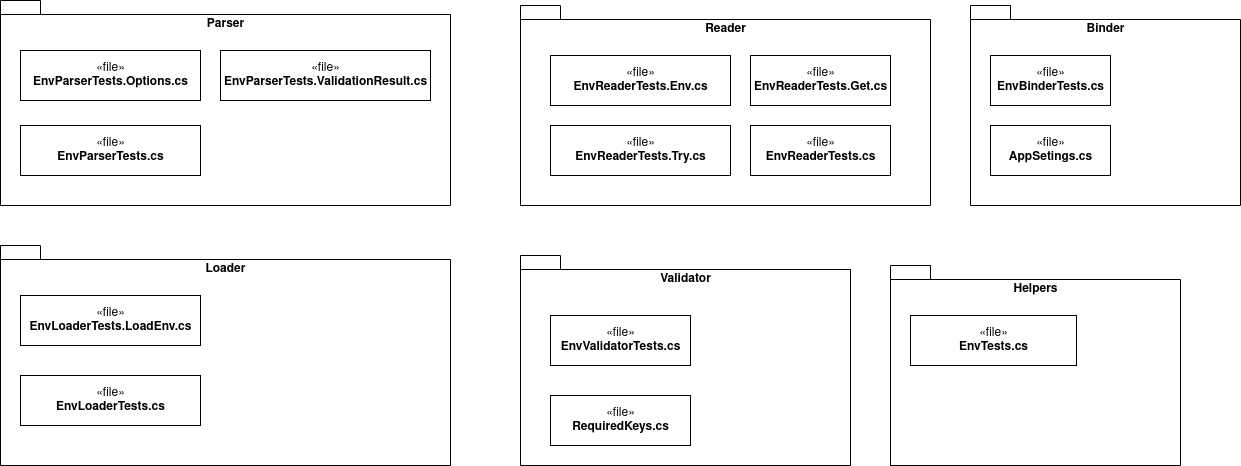
Earlier version of the draw.io export docs/images/package-diagram-testproject.png (MrDave1999/dotenv.core). Source tidied: cells renumbered, new cells last; positions are measured from the earlier drawing's top-left corner, leaving out a move shared by most shapes.
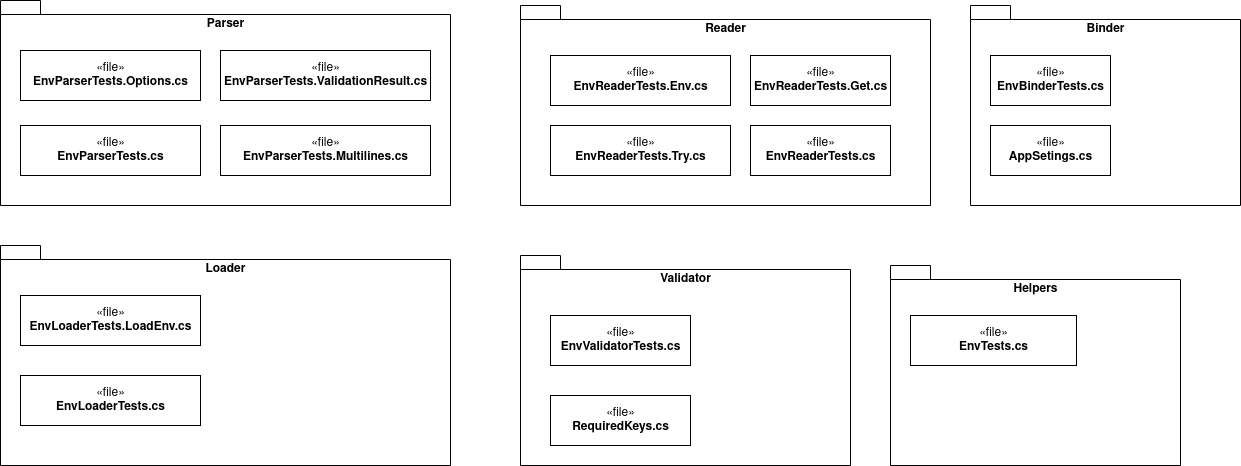
The same diagram one commit later.

What changed in the source:
```diff
@@ -62,5 +62,8 @@
     <mxCell id="21" value="«file»&lt;br&gt;&lt;b&gt;EnvBinderTests.cs&lt;/b&gt;" style="html=1;" parent="1" vertex="1">
       <mxGeometry x="990" y="55" width="120" height="50" as="geometry" />
     </mxCell>
+    <mxCell id="22" value="«file»&lt;br&gt;&lt;b&gt;EnvParserTests.Multilines.cs&lt;/b&gt;" style="html=1;" parent="1" vertex="1">
+      <mxGeometry x="220" y="125" width="210" height="50" as="geometry" />
+    </mxCell>
   </root>
 </mxGraphModel>
```
